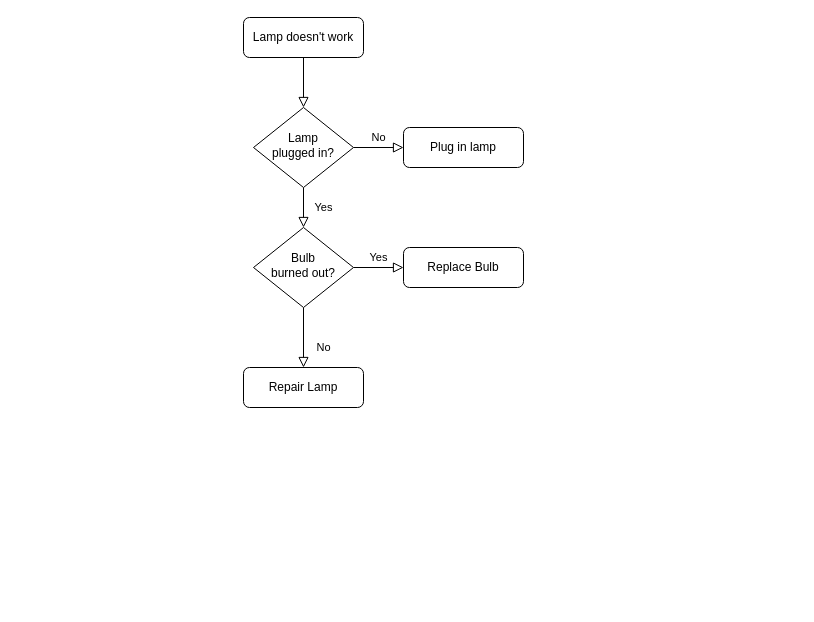
Before: source/未命名绘图.drawio in PUBGprofessor/GameTools, a draw.io diagram. Source tidied: cells renumbered, new cells numbered last; positions are measured from the earlier drawing's top-left corner, leaving out a move shared by most shapes. Both pictures are drawn from the tidied source at 100%, with x=0, y=0 at pixel (243, 17).
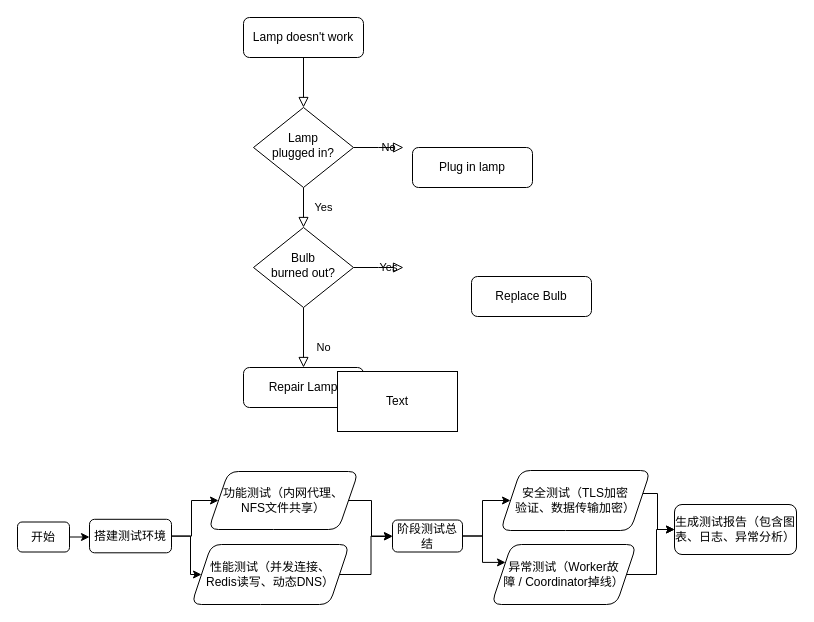
After the change.

Commit message:
软工测试流程图.drawio

Unchanged cells that the change refers to:
```xml
<mxCell id="6" value="Lamp&lt;br&gt;plugged in?" style="rhombus;whiteSpace=wrap;html=1;shadow=0;fontFamily=Helvetica;fontSize=12;align=center;strokeWidth=1;spacing=6;spacingTop=-4;" parent="1" vertex="1">
  <mxGeometry x="10" y="90" width="100" height="80" as="geometry" />
</mxCell>
<mxCell id="10" value="Bulb&lt;br&gt;burned out?" style="rhombus;whiteSpace=wrap;html=1;shadow=0;fontFamily=Helvetica;fontSize=12;align=center;strokeWidth=1;spacing=6;spacingTop=-4;" parent="1" vertex="1">
  <mxGeometry x="10" y="210" width="100" height="80" as="geometry" />
</mxCell>
```

Change to the diagram source:
```diff
@@
-    <mxCell id="5" value="No" style="edgeStyle=orthogonalEdgeStyle;rounded=0;html=1;jettySize=auto;fontSize=11;endArrow=block;endFill=0;endSize=8;strokeWidth=1;shadow=0;labelBackgroundColor=none;" parent="1" edge="1" source="6" target="7">
-      <mxGeometry y="10" relative="1" as="geometry" />
+    <mxCell id="5" value="No" style="edgeStyle=orthogonalEdgeStyle;rounded=0;html=1;jettySize=auto;fontSize=11;endArrow=block;endFill=0;endSize=8;strokeWidth=1;shadow=0;labelBackgroundColor=none;" parent="1" edge="1" source="6">
+      <mxGeometry y="10" relative="1" as="geometry">
+        <mxPoint x="160" y="130" as="targetPoint" />
+      </mxGeometry>
     </mxCell>
@@
     <mxCell id="7" value="Plug in lamp" style="rounded=1;whiteSpace=wrap;html=1;fontSize=12;glass=0;strokeWidth=1;shadow=0;" parent="1" vertex="1">
-      <mxGeometry x="160" y="110" width="120" height="40" as="geometry" />
+      <mxGeometry x="169" y="130" width="120" height="40" as="geometry" />
     </mxCell>
@@
-    <mxCell id="9" value="Yes" style="edgeStyle=orthogonalEdgeStyle;rounded=0;html=1;jettySize=auto;fontSize=11;endArrow=block;endFill=0;endSize=8;strokeWidth=1;shadow=0;labelBackgroundColor=none;" parent="1" edge="1" source="10" target="12">
-      <mxGeometry y="10" relative="1" as="geometry" />
+    <mxCell id="9" value="Yes" style="edgeStyle=orthogonalEdgeStyle;rounded=0;html=1;jettySize=auto;fontSize=11;endArrow=block;endFill=0;endSize=8;strokeWidth=1;shadow=0;labelBackgroundColor=none;" parent="1" edge="1" source="10">
+      <mxGeometry y="10" relative="1" as="geometry">
+        <mxPoint x="160" y="250" as="targetPoint" />
+      </mxGeometry>
     </mxCell>
@@
+    <mxCell id="13" style="edgeStyle=orthogonalEdgeStyle;rounded=0;jettySize=auto;html=1;exitX=0.75;exitY=1;exitDx=0;exitDy=0;" parent="1" edge="1" source="12">
+      <mxGeometry relative="1" as="geometry">
+        <mxPoint x="310.8" y="290" as="targetPoint" />
+      </mxGeometry>
+    </mxCell>
     <mxCell id="12" value="Replace Bulb" style="rounded=1;whiteSpace=wrap;html=1;fontSize=12;glass=0;strokeWidth=1;shadow=0;" parent="1" vertex="1">
-      <mxGeometry x="160" y="230" width="120" height="40" as="geometry" />
+      <mxGeometry x="228" y="259" width="120" height="40" as="geometry" />
     </mxCell>
+    <mxCell id="14" style="rounded=0;whiteSpace=wrap;html=1;" parent="1" vertex="1">
+      <mxGeometry x="94" y="354" width="120" height="60" as="geometry" />
+    </mxCell>
+    <mxCell id="15" value="Text" style="text;html=1;align=center;verticalAlign=middle;whiteSpace=wrap;rounded=0;" parent="1" vertex="1">
+      <mxGeometry x="124" y="369" width="60" height="30" as="geometry" />
+    </mxCell>
+    <mxCell id="16" style="edgeStyle=orthogonalEdgeStyle;rounded=0;jettySize=auto;html=1;" parent="1" edge="1" source="17" target="20">
+      <mxGeometry relative="1" as="geometry" />
+    </mxCell>
+    <mxCell id="17" value="开始" style="rounded=1;whiteSpace=wrap;html=1;" parent="1" vertex="1">
+      <mxGeometry x="-226" y="504.5" width="52" height="30" as="geometry" />
+    </mxCell>
+    <mxCell id="18" style="edgeStyle=orthogonalEdgeStyle;rounded=0;jettySize=auto;html=1;" parent="1" edge="1" source="20" target="22">
+      <mxGeometry relative="1" as="geometry" />
+    </mxCell>
+    <mxCell id="19" style="edgeStyle=orthogonalEdgeStyle;rounded=0;jettySize=auto;html=1;" parent="1" edge="1" source="20" target="24">
+      <mxGeometry relative="1" as="geometry">
+        <Array as="points">
+          <mxPoint x="-53" y="519" />
+          <mxPoint x="-53" y="557" />
+        </Array>
+      </mxGeometry>
+    </mxCell>
+    <mxCell id="20" value="搭建测试环境" style="rounded=1;whiteSpace=wrap;html=1;" parent="1" vertex="1">
+      <mxGeometry x="-154" y="501.8" width="82" height="33.5" as="geometry" />
+    </mxCell>
+    <mxCell id="21" style="edgeStyle=orthogonalEdgeStyle;rounded=0;jettySize=auto;html=1;" parent="1" edge="1" source="22" target="27">
+      <mxGeometry relative="1" as="geometry">
+        <Array as="points">
+          <mxPoint x="128" y="483" />
+          <mxPoint x="128" y="519" />
+        </Array>
+      </mxGeometry>
+    </mxCell>
+    <mxCell id="22" value="功能测试（内网代理、&lt;div&gt;NFS文件共享）&lt;/div&gt;" style="shape=parallelogram;perimeter=parallelogramPerimeter;whiteSpace=wrap;html=1;fixedSize=1;rounded=1;" parent="1" vertex="1">
+      <mxGeometry x="-35" y="454" width="150" height="58" as="geometry" />
+    </mxCell>
+    <mxCell id="23" style="edgeStyle=orthogonalEdgeStyle;rounded=0;jettySize=auto;html=1;" parent="1" edge="1" source="24" target="27">
+      <mxGeometry relative="1" as="geometry" />
+    </mxCell>
+    <mxCell id="24" value="&lt;div&gt;性能测试（并发连接、&lt;/div&gt;&lt;div&gt;Redis读写、动态DNS）&lt;/div&gt;" style="shape=parallelogram;perimeter=parallelogramPerimeter;whiteSpace=wrap;html=1;fixedSize=1;rounded=1;" parent="1" vertex="1">
+      <mxGeometry x="-52" y="527" width="158" height="60" as="geometry" />
+    </mxCell>
+    <mxCell id="25" style="edgeStyle=orthogonalEdgeStyle;rounded=0;jettySize=auto;html=1;" parent="1" edge="1" source="27" target="29">
+      <mxGeometry relative="1" as="geometry" />
+    </mxCell>
+    <mxCell id="26" style="edgeStyle=orthogonalEdgeStyle;rounded=0;jettySize=auto;html=1;entryX=0;entryY=0.25;entryDx=0;entryDy=0;" parent="1" edge="1" source="27" target="31">
+      <mxGeometry relative="1" as="geometry" />
+    </mxCell>
+    <mxCell id="27" value="阶段测试总结" style="rounded=1;whiteSpace=wrap;html=1;" parent="1" vertex="1">
+      <mxGeometry x="149" y="502.5" width="70" height="32" as="geometry" />
+    </mxCell>
+    <mxCell id="28" style="edgeStyle=orthogonalEdgeStyle;rounded=0;jettySize=auto;html=1;" parent="1" edge="1" source="29" target="32">
+      <mxGeometry relative="1" as="geometry">
+        <Array as="points">
+          <mxPoint x="414" y="476" />
+          <mxPoint x="414" y="512" />
+        </Array>
+      </mxGeometry>
+    </mxCell>
+    <mxCell id="29" value="安全测试（TLS加密&lt;div&gt;验证、数据传输加密）&lt;/div&gt;" style="shape=parallelogram;perimeter=parallelogramPerimeter;whiteSpace=wrap;html=1;fixedSize=1;rounded=1;" parent="1" vertex="1">
+      <mxGeometry x="257" y="453" width="150" height="60" as="geometry" />
+    </mxCell>
+    <mxCell id="30" style="edgeStyle=orthogonalEdgeStyle;rounded=0;jettySize=auto;html=1;" parent="1" edge="1" source="31" target="32">
+      <mxGeometry relative="1" as="geometry" />
+    </mxCell>
+    <mxCell id="31" value="异常测试（Worker故&lt;div&gt;障 / Coordinator掉线）&lt;/div&gt;" style="shape=parallelogram;perimeter=parallelogramPerimeter;whiteSpace=wrap;html=1;fixedSize=1;rounded=1;" parent="1" vertex="1">
+      <mxGeometry x="248" y="527" width="145" height="60" as="geometry" />
+    </mxCell>
+    <mxCell id="32" value="生成测试报告（包含图表、日志、异常分析）" style="rounded=1;whiteSpace=wrap;html=1;" parent="1" vertex="1">
+      <mxGeometry x="431" y="487" width="122" height="50" as="geometry" />
+    </mxCell>
```
